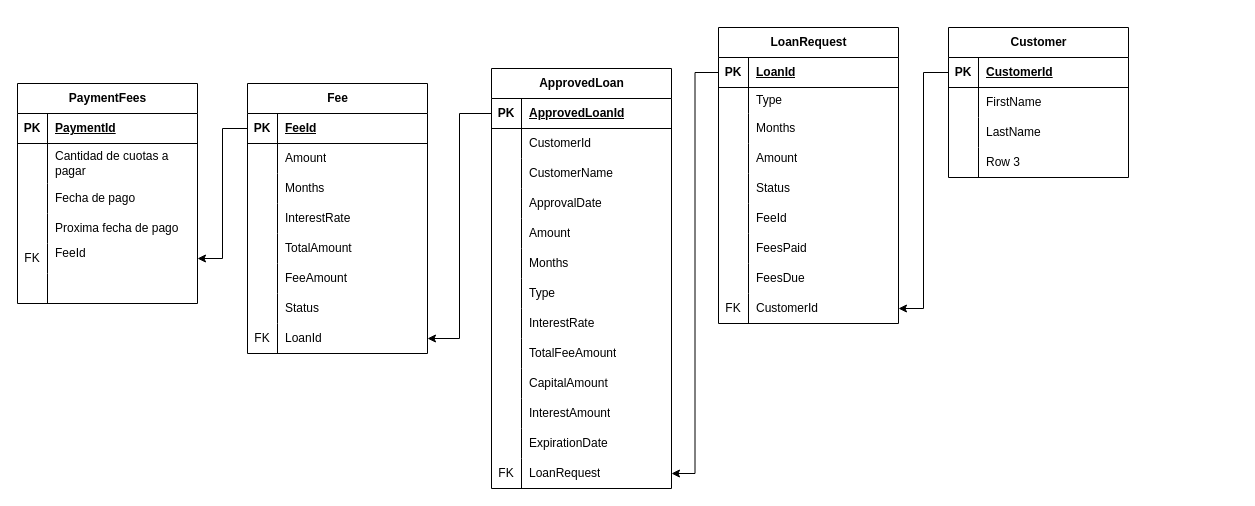
Earlier version of the draw.io diagram page "Página-1" (1 of 2) of Diagrama sin título.drawio (GriseldaSantacruz01/WebApi2). Source tidied: cells renumbered, new cells numbered last; positions are measured from the earlier drawing's top-left corner, leaving out a move shared by most shapes. Both pictures are drawn from the tidied source at 100%, with x=0, y=0 at pixel (17, 27).
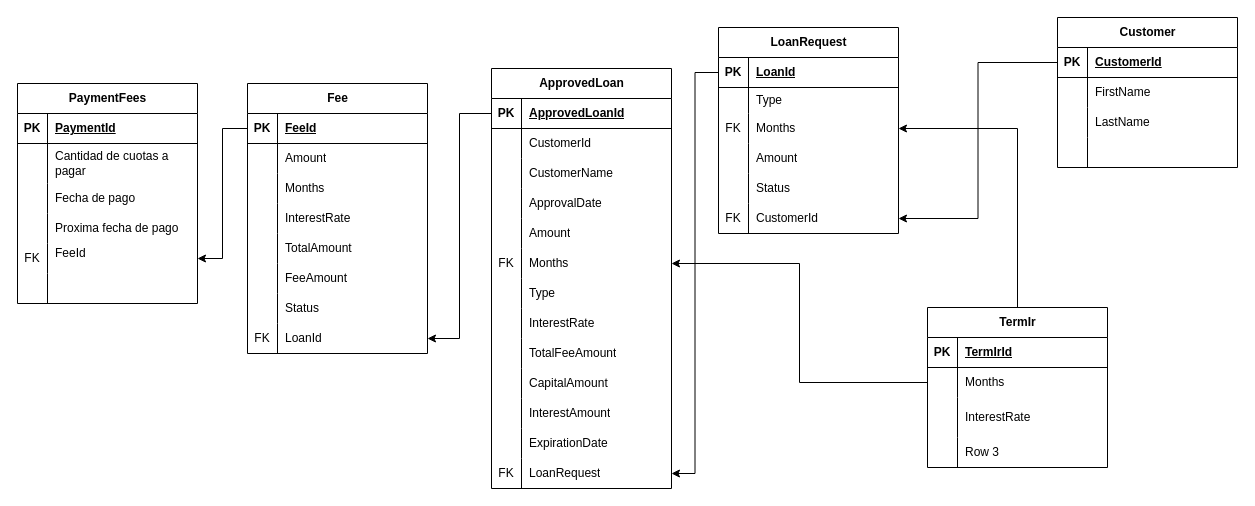
Above is the later version.

Unchanged cells that the change refers to:
```xml
<mxCell id="9" style="shape=tableRow;horizontal=0;startSize=0;swimlaneHead=0;swimlaneBody=0;fillColor=none;points=[[0,0.5],[1,0.5]];portConstraint=eastwest;top=0;left=0;right=0;bottom=0;" parent="2" vertex="1">
  <mxGeometry y="86" width="180" height="30" as="geometry" />
</mxCell>
<mxCell id="71" style="shape=tableRow;horizontal=0;startSize=0;swimlaneHead=0;swimlaneBody=0;fillColor=none;points=[[0,0.5],[1,0.5]];portConstraint=eastwest;top=0;left=0;right=0;bottom=0;" parent="55" vertex="1">
  <mxGeometry y="180" width="180" height="30" as="geometry" />
</mxCell>
<mxCell id="105" style="shape=tableRow;horizontal=0;startSize=0;swimlaneHead=0;swimlaneBody=0;fillColor=none;top=0;left=0;right=0;bottom=0;" parent="95" vertex="1">
  <mxGeometry y="120" width="180" height="30" as="geometry" />
</mxCell>
```

Diff of the diagram source:
```diff
@@
     <mxCell id="2" value="LoanRequest" style="shape=table;startSize=30;childLayout=tableLayout;rowLines=0;fontStyle=1;align=center;html=1;" parent="1" vertex="1">
-      <mxGeometry x="701" width="180" height="296" as="geometry" />
+      <mxGeometry x="701" width="180" height="206" as="geometry" />
     </mxCell>
@@
-    <mxCell id="10" style="shape=partialRectangle;fillColor=none;top=0;left=0;bottom=0;right=0;overflow=hidden;whiteSpace=wrap;html=1;" parent="9" vertex="1">
+    <mxCell id="10" value="FK" style="shape=partialRectangle;fillColor=none;top=0;left=0;bottom=0;right=0;overflow=hidden;whiteSpace=wrap;html=1;" parent="9" vertex="1">
       <mxGeometry width="30" height="30" as="geometry" />
     </mxCell>
@@
-    <mxCell id="18" style="shape=tableRow;horizontal=0;startSize=0;swimlaneHead=0;swimlaneBody=0;fillColor=none;top=0;left=0;right=0;bottom=0;" parent="2" vertex="1">
-      <mxGeometry y="176" width="180" height="30" as="geometry" />
-    </mxCell>
-    <mxCell id="19" style="shape=partialRectangle;fillColor=none;top=0;left=0;bottom=0;right=0;overflow=hidden;whiteSpace=wrap;html=1;" parent="18" vertex="1">
-      <mxGeometry width="30" height="30" as="geometry" />
-    </mxCell>
-    <mxCell id="20" value="FeeId" style="shape=partialRectangle;fillColor=none;top=0;left=0;bottom=0;right=0;align=left;spacingLeft=6;overflow=hidden;whiteSpace=wrap;html=1;" parent="18" vertex="1">
-      <mxGeometry x="30" width="150" height="30" as="geometry" />
-    </mxCell>
-    <mxCell id="21" style="shape=tableRow;horizontal=0;startSize=0;swimlaneHead=0;swimlaneBody=0;fillColor=none;top=0;left=0;right=0;bottom=0;" parent="2" vertex="1">
-      <mxGeometry y="206" width="180" height="30" as="geometry" />
-    </mxCell>
-    <mxCell id="22" style="shape=partialRectangle;fillColor=none;top=0;left=0;bottom=0;right=0;overflow=hidden;whiteSpace=wrap;html=1;" parent="21" vertex="1">
-      <mxGeometry width="30" height="30" as="geometry" />
-    </mxCell>
-    <mxCell id="23" value="FeesPaid" style="shape=partialRectangle;fillColor=none;top=0;left=0;bottom=0;right=0;align=left;spacingLeft=6;overflow=hidden;whiteSpace=wrap;html=1;" parent="21" vertex="1">
-      <mxGeometry x="30" width="150" height="30" as="geometry" />
-    </mxCell>
-    <mxCell id="24" style="shape=tableRow;horizontal=0;startSize=0;swimlaneHead=0;swimlaneBody=0;fillColor=none;top=0;left=0;right=0;bottom=0;" parent="2" vertex="1">
-      <mxGeometry y="236" width="180" height="30" as="geometry" />
-    </mxCell>
-    <mxCell id="25" style="shape=partialRectangle;fillColor=none;top=0;left=0;bottom=0;right=0;overflow=hidden;whiteSpace=wrap;html=1;" parent="24" vertex="1">
-      <mxGeometry width="30" height="30" as="geometry" />
-    </mxCell>
-    <mxCell id="26" value="FeesDue" style="shape=partialRectangle;fillColor=none;top=0;left=0;bottom=0;right=0;align=left;spacingLeft=6;overflow=hidden;whiteSpace=wrap;html=1;" parent="24" vertex="1">
-      <mxGeometry x="30" width="150" height="30" as="geometry" />
-    </mxCell>
     <mxCell id="27" style="shape=tableRow;horizontal=0;startSize=0;swimlaneHead=0;swimlaneBody=0;fillColor=none;points=[[0,0.5],[1,0.5]];portConstraint=eastwest;top=0;left=0;right=0;bottom=0;" parent="2" vertex="1">
-      <mxGeometry y="266" width="180" height="30" as="geometry" />
+      <mxGeometry y="176" width="180" height="30" as="geometry" />
     </mxCell>
@@
-    <mxCell id="72" style="shape=partialRectangle;fillColor=none;top=0;left=0;bottom=0;right=0;overflow=hidden;whiteSpace=wrap;html=1;" parent="71" vertex="1">
+    <mxCell id="72" value="FK" style="shape=partialRectangle;fillColor=none;top=0;left=0;bottom=0;right=0;overflow=hidden;whiteSpace=wrap;html=1;" parent="71" vertex="1">
       <mxGeometry width="30" height="30" as="geometry" />
     </mxCell>
@@
     <mxCell id="95" value="Customer" style="shape=table;startSize=30;childLayout=tableLayout;rowLines=0;fontStyle=1;align=center;html=1;" parent="1" vertex="1">
-      <mxGeometry x="931" width="180" height="150" as="geometry" />
+      <mxGeometry x="1040" y="-10" width="180" height="150" as="geometry" />
     </mxCell>
@@
-    <mxCell id="107" value="Row 3" style="shape=partialRectangle;fillColor=none;top=0;left=0;bottom=0;right=0;align=left;spacingLeft=6;overflow=hidden;whiteSpace=wrap;html=1;" parent="105" vertex="1">
+    <mxCell id="107" style="shape=partialRectangle;fillColor=none;top=0;left=0;bottom=0;right=0;align=left;spacingLeft=6;overflow=hidden;whiteSpace=wrap;html=1;" parent="105" vertex="1">
       <mxGeometry x="30" width="150" height="30" as="geometry" />
     </mxCell>
@@
+    <mxCell id="131" style="edgeStyle=orthogonalEdgeStyle;rounded=0;jettySize=auto;html=1;entryX=1;entryY=0.5;entryDx=0;entryDy=0;" parent="1" edge="1" source="132" target="9">
+      <mxGeometry relative="1" as="geometry" />
+    </mxCell>
+    <mxCell id="132" value="TermIr" style="shape=table;startSize=30;childLayout=tableLayout;rowLines=0;fontStyle=1;align=center;html=1;" parent="1" vertex="1">
+      <mxGeometry x="910" y="280" width="180" height="160" as="geometry" />
+    </mxCell>
+    <mxCell id="133" style="shape=tableRow;horizontal=0;startSize=0;swimlaneHead=0;swimlaneBody=0;fillColor=none;top=0;left=0;right=0;bottom=1;" parent="132" vertex="1">
+      <mxGeometry y="30" width="180" height="30" as="geometry" />
+    </mxCell>
+    <mxCell id="134" value="PK" style="shape=partialRectangle;fillColor=none;top=0;left=0;bottom=0;right=0;fontStyle=1;overflow=hidden;whiteSpace=wrap;html=1;" parent="133" vertex="1">
+      <mxGeometry width="30" height="30" as="geometry" />
+    </mxCell>
+    <mxCell id="135" value="TermIrId" style="shape=partialRectangle;fillColor=none;top=0;left=0;bottom=0;right=0;align=left;spacingLeft=6;fontStyle=5;overflow=hidden;whiteSpace=wrap;html=1;" parent="133" vertex="1">
+      <mxGeometry x="30" width="150" height="30" as="geometry" />
+    </mxCell>
+    <mxCell id="136" style="shape=tableRow;horizontal=0;startSize=0;swimlaneHead=0;swimlaneBody=0;fillColor=none;points=[[0,0.5],[1,0.5]];portConstraint=eastwest;top=0;left=0;right=0;bottom=0;" parent="132" vertex="1">
+      <mxGeometry y="60" width="180" height="30" as="geometry" />
+    </mxCell>
+    <mxCell id="137" style="shape=partialRectangle;fillColor=none;top=0;left=0;bottom=0;right=0;overflow=hidden;whiteSpace=wrap;html=1;" parent="136" vertex="1">
+      <mxGeometry width="30" height="30" as="geometry" />
+    </mxCell>
+    <mxCell id="138" value="Months" style="shape=partialRectangle;fillColor=none;top=0;left=0;bottom=0;right=0;align=left;spacingLeft=6;overflow=hidden;whiteSpace=wrap;html=1;" parent="136" vertex="1">
+      <mxGeometry x="30" width="150" height="30" as="geometry" />
+    </mxCell>
+    <mxCell id="139" style="shape=tableRow;horizontal=0;startSize=0;swimlaneHead=0;swimlaneBody=0;fillColor=none;top=0;left=0;right=0;bottom=0;" parent="132" vertex="1">
+      <mxGeometry y="90" width="180" height="40" as="geometry" />
+    </mxCell>
+    <mxCell id="140" style="shape=partialRectangle;fillColor=none;top=0;left=0;bottom=0;right=0;overflow=hidden;whiteSpace=wrap;html=1;" parent="139" vertex="1">
+      <mxGeometry width="30" height="40" as="geometry" />
+    </mxCell>
+    <mxCell id="141" value="InterestRate" style="shape=partialRectangle;fillColor=none;top=0;left=0;bottom=0;right=0;align=left;spacingLeft=6;overflow=hidden;whiteSpace=wrap;html=1;" parent="139" vertex="1">
+      <mxGeometry x="30" width="150" height="40" as="geometry" />
+    </mxCell>
+    <mxCell id="142" style="shape=tableRow;horizontal=0;startSize=0;swimlaneHead=0;swimlaneBody=0;fillColor=none;top=0;left=0;right=0;bottom=0;" parent="132" vertex="1">
+      <mxGeometry y="130" width="180" height="30" as="geometry" />
+    </mxCell>
+    <mxCell id="143" style="shape=partialRectangle;fillColor=none;top=0;left=0;bottom=0;right=0;overflow=hidden;whiteSpace=wrap;html=1;" parent="142" vertex="1">
+      <mxGeometry width="30" height="30" as="geometry" />
+    </mxCell>
+    <mxCell id="144" value="Row 3" style="shape=partialRectangle;fillColor=none;top=0;left=0;bottom=0;right=0;align=left;spacingLeft=6;overflow=hidden;whiteSpace=wrap;html=1;" parent="142" vertex="1">
+      <mxGeometry x="30" width="150" height="30" as="geometry" />
+    </mxCell>
+    <mxCell id="145" style="edgeStyle=orthogonalEdgeStyle;rounded=0;jettySize=auto;html=1;entryX=1;entryY=0.5;entryDx=0;entryDy=0;" parent="1" edge="1" source="136" target="71">
+      <mxGeometry relative="1" as="geometry" />
+    </mxCell>
```
